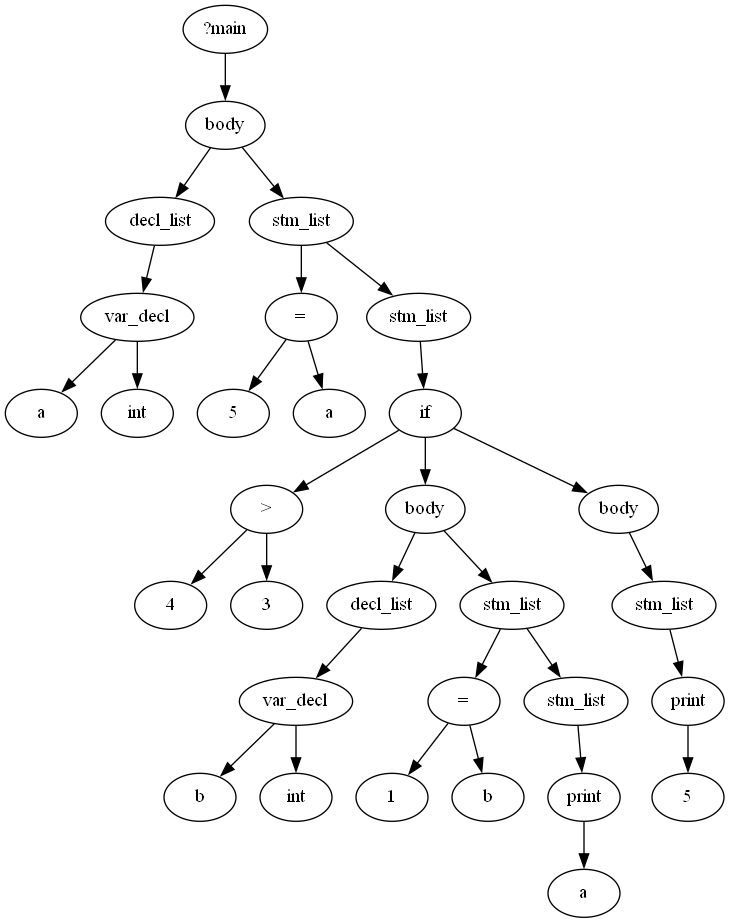
This is src/printer/images/AST.gv.png from KianBankeLarsen/Compiler, a Graphviz export, as it was before one commit. Its source is kept beside it as src/printer/images/AST.gv.
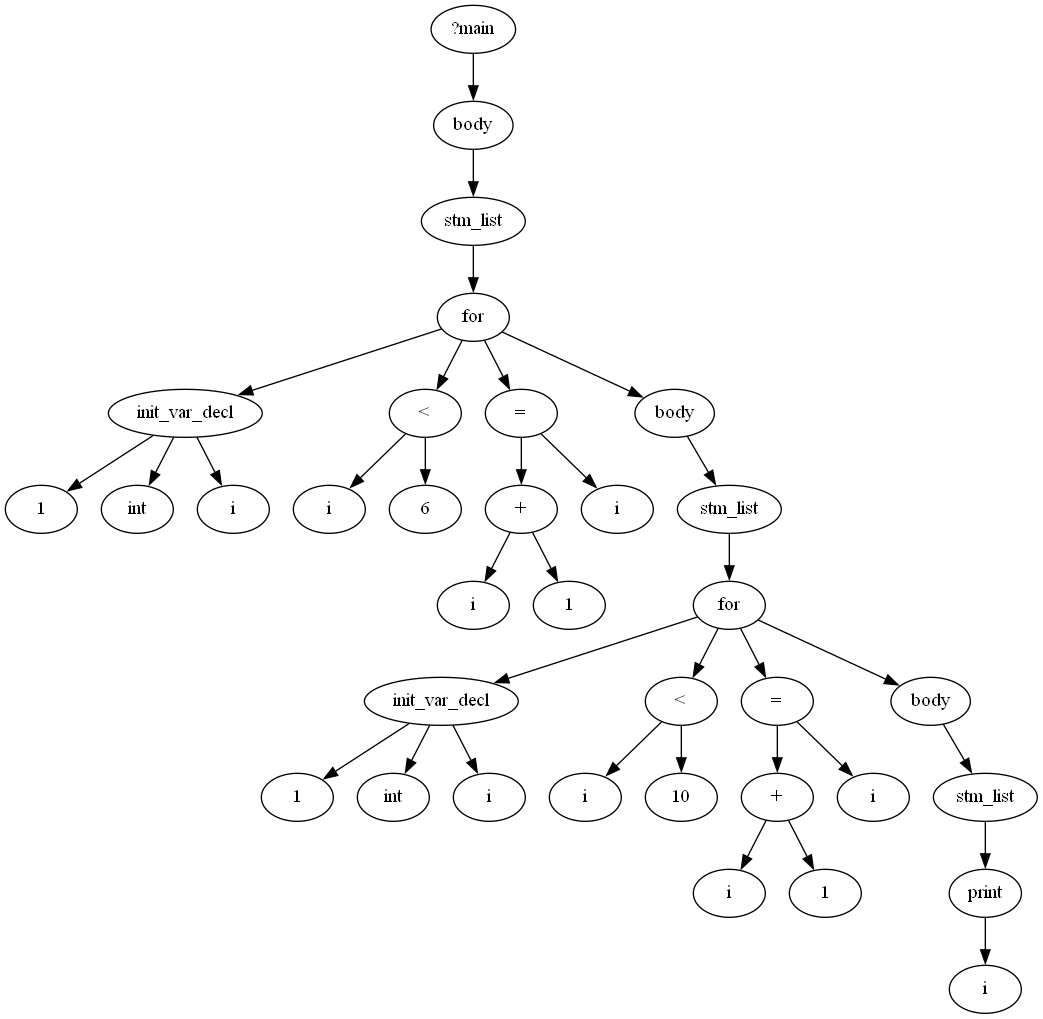
After the change.

Diff of the diagram source:
```diff
@@ -1,63 +1,71 @@
 digraph AST {
 	0 [label="?main"]
 	1 [label=body]
-	2 [label=var_decl]
-	3 [label=a]
-	4 [label=int]
-	2 -> 3
-	2 -> 4
-	5 [label=decl_list]
-	5 -> 2
-	1 -> 5
-	6 [label=stm_list]
-	7 [label=5]
-	8 [label="="]
-	9 [label=a]
-	8 -> 9
-	8 -> 7
-	6 -> 8
-	10 [label=stm_list]
-	11 [label=4]
-	12 [label=3]
-	13 [label=">"]
-	13 -> 11
+	2 [label=stm_list]
+	3 [label=init_var_decl]
+	4 [label=1]
+	5 [label=int]
+	6 [label=i]
+	3 -> 5
+	3 -> 6
+	3 -> 4
+	7 [label=i]
+	8 [label=6]
+	9 [label="<"]
+	9 -> 7
+	9 -> 8
+	10 [label=i]
+	11 [label=1]
+	12 [label="+"]
+	12 -> 10
+	12 -> 11
+	13 [label="="]
+	14 [label=i]
+	13 -> 14
 	13 -> 12
-	14 [label=body]
-	15 [label=var_decl]
-	16 [label=b]
-	17 [label=int]
+	15 [label=body]
+	16 [label=stm_list]
+	17 [label=init_var_decl]
+	18 [label=1]
+	19 [label=int]
+	20 [label=i]
+	17 -> 19
+	17 -> 20
+	17 -> 18
+	21 [label=i]
+	22 [label=10]
+	23 [label="<"]
+	23 -> 21
+	23 -> 22
+	24 [label=i]
+	25 [label=1]
+	26 [label="+"]
+	26 -> 24
+	26 -> 25
+	27 [label="="]
+	28 [label=i]
+	27 -> 28
+	27 -> 26
+	29 [label=body]
+	30 [label=stm_list]
+	31 [label=i]
+	32 [label=print]
+	32 -> 31
+	30 -> 32
+	29 -> 30
+	33 [label=for]
+	33 -> 17
+	33 -> 23
+	33 -> 27
+	33 -> 29
+	16 -> 33
 	15 -> 16
-	15 -> 17
-	18 [label=decl_list]
-	18 -> 15
-	14 -> 18
-	19 [label=stm_list]
-	20 [label=1]
-	21 [label="="]
-	22 [label=b]
-	21 -> 22
-	21 -> 20
-	19 -> 21
-	23 [label=stm_list]
-	24 [label=a]
-	25 [label=print]
-	25 -> 24
-	23 -> 25
-	19 -> 23
-	14 -> 19
-	26 [label=if]
-	27 [label=body]
-	28 [label=stm_list]
-	29 [label=5]
-	30 [label=print]
-	30 -> 29
-	28 -> 30
-	27 -> 28
-	26 -> 27
-	26 -> 13
-	26 -> 14
-	10 -> 26
-	6 -> 10
-	1 -> 6
+	34 [label=for]
+	34 -> 3
+	34 -> 9
+	34 -> 13
+	34 -> 15
+	2 -> 34
+	1 -> 2
 	0 -> 1
 }
```
